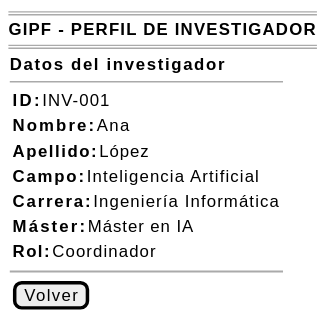
Before: images/RUP/00-casos-uso/02-detalle/investigador/abrirInvestigador/abrirInvestigador-wireframe.svg, a diagram exported from PlantUML (beatriizorozco/25-26-idsw2-sdVC).
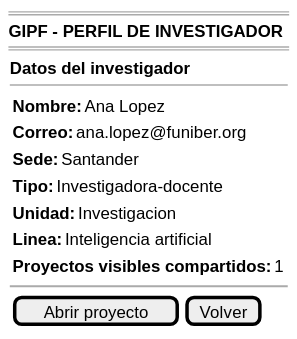
The same diagram one commit later.

The edit, as a diff of the source:
```diff
@@ -7,18 +7,16 @@
         <b>Datos del investigador</b>
         --
         {
-            {<b>ID:</b>        | INV-001}
-            {<b>Nombre:</b>    | Ana}
-            {<b>Apellido:</b>  | López}
-            {<b>Campo:</b>     | Inteligencia Artificial}
-            {<b>Carrera:</b>   | Ingeniería Informática}
-            {<b>Máster:</b>    | Máster en IA}
-            {<b>Rol:</b>    | Coordinador}
+            {<b>Nombre:</b> | Ana Lopez}
+            {<b>Correo:</b> | ana.lopez@funiber.org}
+            {<b>Sede:</b> | Santander}
+            {<b>Tipo:</b> | Investigadora-docente}
+            {<b>Unidad:</b> | Investigacion}
+            {<b>Linea:</b> | Inteligencia artificial}
+            {<b>Proyectos visibles compartidos:</b> | 1}
         }
-
         ~~
-
-        {[Volver]}
+        {[Abrir proyecto] | [Volver]}
     }
 }
 @endsalt
```
